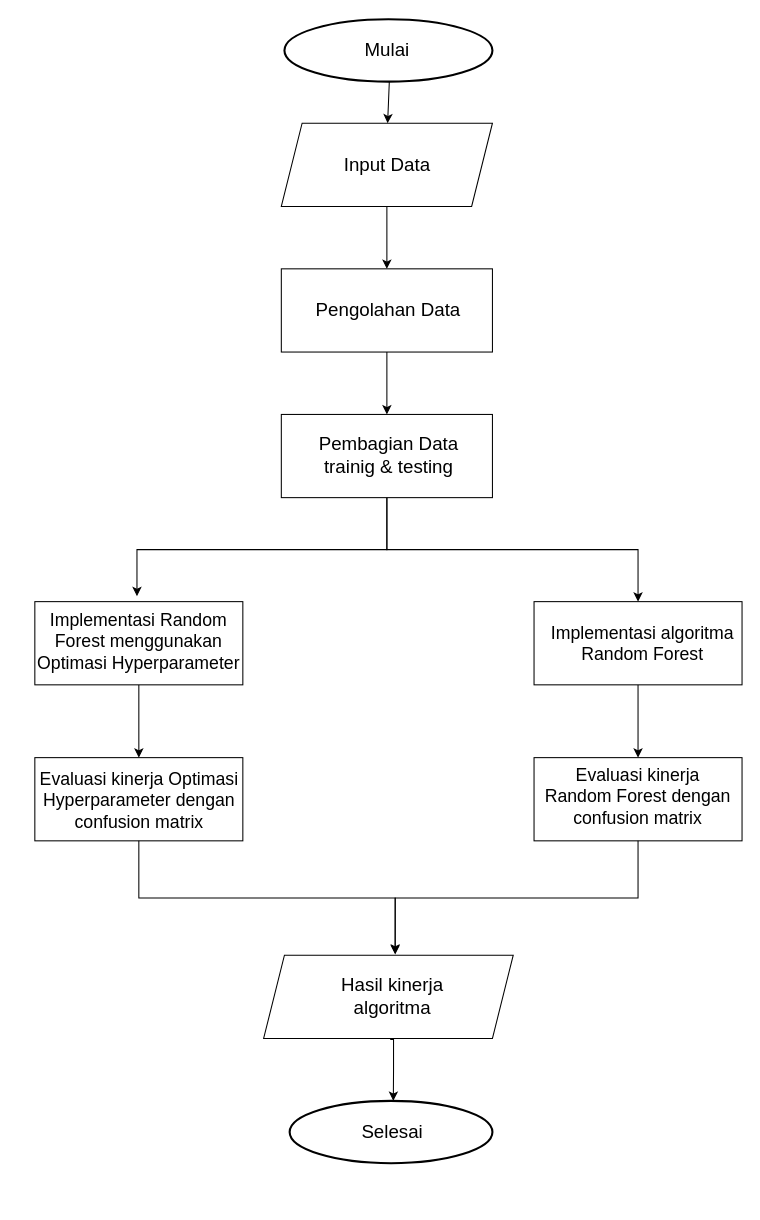
This is page "Halaman-2" (2 of 8) of Diagram Tanpa Judul.drawio from wiwi22222/PEMPROGRAMAN-WEB-II, a draw.io file, before an edit. Source tidied: cells renumbered, new cells numbered last; positions are measured from the earlier drawing's top-left corner, leaving out a move shared by most shapes. Both pictures are drawn from the tidied source at 104%, with x=0, y=0 at pixel (18, 19).
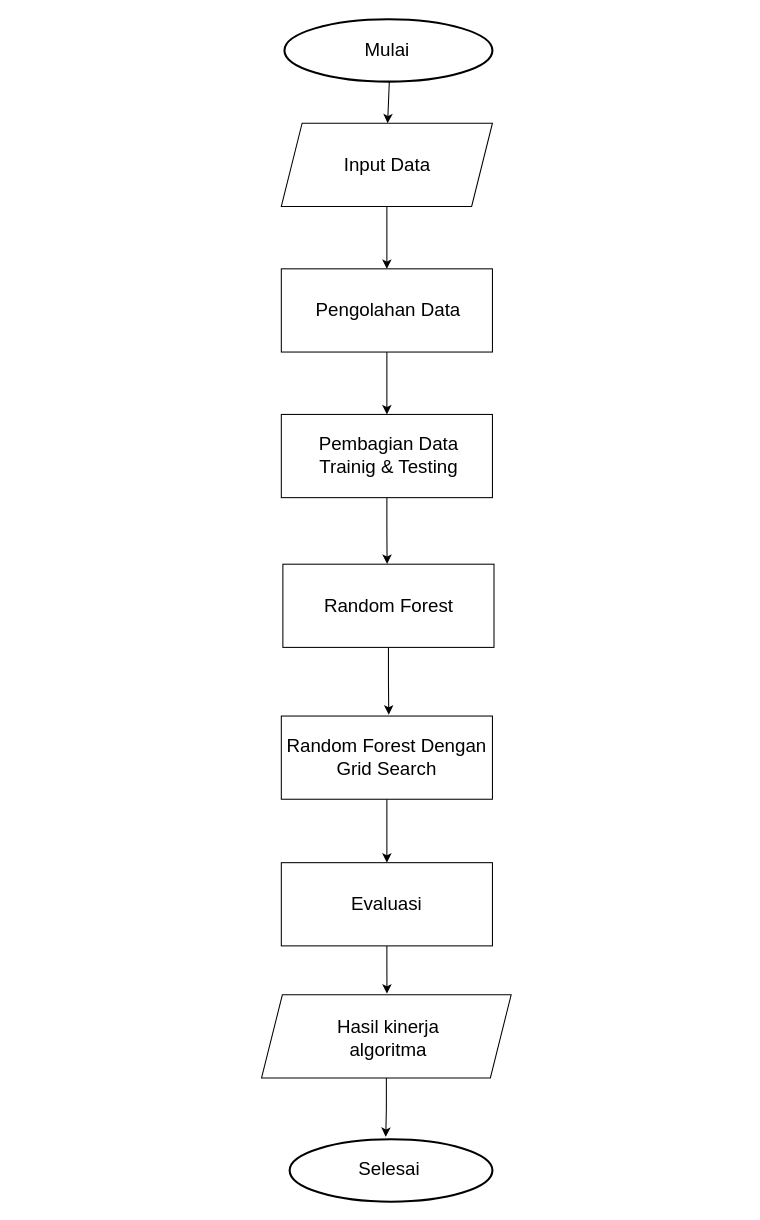
The same diagram, later.

Unchanged cells that the change refers to:
```xml
<mxCell id="9" style="rounded=0;whiteSpace=wrap;html=1;" parent="1" vertex="1">
  <mxGeometry x="253" y="380" width="203" height="80" as="geometry" />
</mxCell>
```

What changed in the source:
```diff
@@
-    <mxCell id="8" style="edgeStyle=orthogonalEdgeStyle;rounded=0;jettySize=auto;html=1;exitX=0.5;exitY=1;exitDx=0;exitDy=0;" parent="1" edge="1" source="9" target="14">
-      <mxGeometry relative="1" as="geometry" />
-    </mxCell>
+    <mxCell id="32" style="edgeStyle=orthogonalEdgeStyle;rounded=0;jettySize=auto;html=1;exitX=0.5;exitY=1;exitDx=0;exitDy=0;" parent="1" edge="1" source="9">
+      <mxGeometry relative="1" as="geometry">
+        <mxPoint x="354.7" y="523.7" as="targetPoint" />
+      </mxGeometry>
+    </mxCell>
@@
-    <mxCell id="10" style="edgeStyle=orthogonalEdgeStyle;rounded=0;jettySize=auto;html=1;exitX=0.5;exitY=1;exitDx=0;exitDy=0;entryX=0.5;entryY=0;entryDx=0;entryDy=0;" parent="1" edge="1" source="11" target="12">
-      <mxGeometry relative="1" as="geometry" />
-    </mxCell>
-    <mxCell id="11" style="rounded=0;whiteSpace=wrap;html=1;" parent="1" vertex="1">
-      <mxGeometry x="16" y="560" width="200" height="80" as="geometry" />
-    </mxCell>
-    <mxCell id="12" style="rounded=0;whiteSpace=wrap;html=1;" parent="1" vertex="1">
-      <mxGeometry x="16" y="710" width="200" height="80" as="geometry" />
-    </mxCell>
-    <mxCell id="13" style="edgeStyle=orthogonalEdgeStyle;rounded=0;jettySize=auto;html=1;exitX=0.5;exitY=1;exitDx=0;exitDy=0;entryX=0.5;entryY=0;entryDx=0;entryDy=0;" parent="1" edge="1" source="14" target="15">
-      <mxGeometry relative="1" as="geometry" />
-    </mxCell>
-    <mxCell id="14" style="rounded=0;whiteSpace=wrap;html=1;" parent="1" vertex="1">
-      <mxGeometry x="496" y="560" width="200" height="80" as="geometry" />
-    </mxCell>
-    <mxCell id="15" style="rounded=0;whiteSpace=wrap;html=1;" parent="1" vertex="1">
-      <mxGeometry x="496" y="710" width="200" height="80" as="geometry" />
-    </mxCell>
     <mxCell id="16" style="shape=parallelogram;perimeter=parallelogramPerimeter;whiteSpace=wrap;html=1;fixedSize=1;" parent="1" vertex="1">
-      <mxGeometry x="236" y="900" width="240" height="80" as="geometry" />
+      <mxGeometry x="234" y="938" width="240" height="80" as="geometry" />
     </mxCell>
     <mxCell id="17" style="strokeWidth=2;html=1;shape=mxgraph.flowchart.start_1;whiteSpace=wrap;" parent="1" vertex="1">
-      <mxGeometry x="261" y="1040" width="195" height="60" as="geometry" />
+      <mxGeometry x="261" y="1077" width="195" height="60" as="geometry" />
     </mxCell>
@@
-    <mxCell id="21" value="&lt;font style=&quot;font-size: 18px;&quot;&gt;Pembagian Data trainig &amp;amp; testing&lt;/font&gt;" style="text;html=1;align=center;verticalAlign=middle;whiteSpace=wrap;rounded=0;" parent="1" vertex="1">
+    <mxCell id="21" value="&lt;font style=&quot;font-size: 18px;&quot;&gt;Pembagian Data Trainig &amp;amp; Testing&lt;/font&gt;" style="text;html=1;align=center;verticalAlign=middle;whiteSpace=wrap;rounded=0;" parent="1" vertex="1">
       <mxGeometry x="267.5" y="402.5" width="177" height="35" as="geometry" />
     </mxCell>
-    <mxCell id="22" value="&lt;font style=&quot;font-size: 17px;&quot;&gt;Implementasi algoritma Random Forest&lt;/font&gt;" style="text;html=1;align=center;verticalAlign=middle;whiteSpace=wrap;rounded=0;" parent="1" vertex="1">
-      <mxGeometry x="508" y="586" width="185" height="30" as="geometry" />
-    </mxCell>
-    <mxCell id="23" value="&lt;font style=&quot;font-size: 17px;&quot;&gt;I&lt;font style=&quot;font-size: 17px;&quot;&gt;mplementasi Random Forest menggunakan Optimasi Hyperparameter&lt;/font&gt;&lt;/font&gt;" style="text;html=1;align=center;verticalAlign=middle;whiteSpace=wrap;rounded=0;" parent="1" vertex="1">
-      <mxGeometry x="6" y="584" width="220" height="30" as="geometry" />
-    </mxCell>
-    <mxCell id="24" value="&lt;font style=&quot;font-size: 17px;&quot;&gt;Evaluasi kinerja Optimasi Hyperparameter dengan confusion matrix&lt;/font&gt;" style="text;html=1;align=center;verticalAlign=middle;whiteSpace=wrap;rounded=0;" parent="1" vertex="1">
-      <mxGeometry x="-0.5" y="737" width="233" height="30" as="geometry" />
-    </mxCell>
-    <mxCell id="25" value="&lt;font style=&quot;font-size: 17px;&quot;&gt;Evaluasi kinerja Random Forest dengan confusion matrix&lt;/font&gt;" style="text;html=1;align=center;verticalAlign=middle;whiteSpace=wrap;rounded=0;" parent="1" vertex="1">
-      <mxGeometry x="503" y="733" width="186" height="30" as="geometry" />
-    </mxCell>
     <mxCell id="26" value="&lt;font style=&quot;font-size: 18px;&quot;&gt;Hasil kinerja algoritma&lt;/font&gt;" style="text;html=1;align=center;verticalAlign=middle;whiteSpace=wrap;rounded=0;" parent="1" vertex="1">
-      <mxGeometry x="279.5" y="925" width="160" height="30" as="geometry" />
+      <mxGeometry x="275.5" y="965" width="160" height="30" as="geometry" />
     </mxCell>
     <mxCell id="27" value="&lt;font style=&quot;font-size: 18px;&quot;&gt;Selesai&lt;/font&gt;" style="text;html=1;align=center;verticalAlign=middle;whiteSpace=wrap;rounded=0;" parent="1" vertex="1">
-      <mxGeometry x="329.5" y="1055" width="60" height="30" as="geometry" />
+      <mxGeometry x="326.5" y="1091" width="60" height="30" as="geometry" />
     </mxCell>
-    <mxCell id="28" style="edgeStyle=orthogonalEdgeStyle;rounded=0;orthogonalLoop=1;jettySize=auto;html=1;exitX=0.5;exitY=1;exitDx=0;exitDy=0;entryX=0.5;entryY=0;entryDx=0;entryDy=0;entryPerimeter=0;" parent="1" edge="1">
-      <mxGeometry relative="1" as="geometry">
-        <mxPoint x="358.2" y="980" as="sourcePoint" />
-        <mxPoint x="360.7" y="1040" as="targetPoint" />
-        <Array as="points">
-          <mxPoint x="360.9" y="981" />
-          <mxPoint x="360.9" y="1011" />
-          <mxPoint x="360.9" y="1011" />
-        </Array>
-      </mxGeometry>
-    </mxCell>
-    <mxCell id="29" style="edgeStyle=orthogonalEdgeStyle;rounded=0;jettySize=auto;html=1;exitX=0.5;exitY=1;exitDx=0;exitDy=0;entryX=0.491;entryY=-0.066;entryDx=0;entryDy=0;entryPerimeter=0;" parent="1" edge="1" source="9" target="11">
-      <mxGeometry relative="1" as="geometry" />
-    </mxCell>
-    <mxCell id="30" style="edgeStyle=orthogonalEdgeStyle;rounded=0;jettySize=auto;html=1;exitX=0.5;exitY=1;exitDx=0;exitDy=0;entryX=0.527;entryY=-0.02;entryDx=0;entryDy=0;entryPerimeter=0;" parent="1" edge="1" source="12" target="16">
-      <mxGeometry relative="1" as="geometry" />
-    </mxCell>
-    <mxCell id="31" style="edgeStyle=orthogonalEdgeStyle;rounded=0;jettySize=auto;html=1;exitX=0.5;exitY=1;exitDx=0;exitDy=0;entryX=0.527;entryY=-0.009;entryDx=0;entryDy=0;entryPerimeter=0;" parent="1" edge="1" source="15" target="16">
-      <mxGeometry relative="1" as="geometry" />
-    </mxCell>
+    <mxCell id="33" style="edgeStyle=orthogonalEdgeStyle;rounded=0;jettySize=auto;html=1;exitX=0.5;exitY=1;exitDx=0;exitDy=0;" parent="1" edge="1" source="34">
+      <mxGeometry relative="1" as="geometry">
+        <mxPoint x="356.3" y="668.7" as="targetPoint" />
+      </mxGeometry>
+    </mxCell>
+    <mxCell id="34" value="&lt;font style=&quot;font-size: 18px;&quot;&gt;Random Forest&lt;/font&gt;" style="rounded=0;whiteSpace=wrap;html=1;" parent="1" vertex="1">
+      <mxGeometry x="254.5" y="524" width="203" height="80" as="geometry" />
+    </mxCell>
+    <mxCell id="35" style="edgeStyle=orthogonalEdgeStyle;rounded=0;jettySize=auto;html=1;exitX=0.5;exitY=1;exitDx=0;exitDy=0;entryX=0.5;entryY=0;entryDx=0;entryDy=0;" parent="1" edge="1" source="36" target="38">
+      <mxGeometry relative="1" as="geometry" />
+    </mxCell>
+    <mxCell id="36" value="&lt;span style=&quot;font-size: 18px;&quot;&gt;Random Forest Dengan Grid Search&lt;/span&gt;" style="rounded=0;whiteSpace=wrap;html=1;" parent="1" vertex="1">
+      <mxGeometry x="253" y="670" width="203" height="80" as="geometry" />
+    </mxCell>
+    <mxCell id="37" style="edgeStyle=orthogonalEdgeStyle;rounded=0;jettySize=auto;html=1;exitX=0.5;exitY=1;exitDx=0;exitDy=0;" parent="1" edge="1" source="38">
+      <mxGeometry relative="1" as="geometry">
+        <mxPoint x="354.6" y="936.9" as="targetPoint" />
+      </mxGeometry>
+    </mxCell>
+    <mxCell id="38" value="&lt;span style=&quot;font-size: 18px;&quot;&gt;Evaluasi&lt;/span&gt;" style="rounded=0;whiteSpace=wrap;html=1;" parent="1" vertex="1">
+      <mxGeometry x="253" y="811" width="203" height="80" as="geometry" />
+    </mxCell>
+    <mxCell id="39" style="edgeStyle=orthogonalEdgeStyle;rounded=0;jettySize=auto;html=1;exitX=0.5;exitY=1;exitDx=0;exitDy=0;entryX=0.474;entryY=-0.04;entryDx=0;entryDy=0;entryPerimeter=0;" parent="1" edge="1" source="16" target="17">
+      <mxGeometry relative="1" as="geometry" />
+    </mxCell>
```
